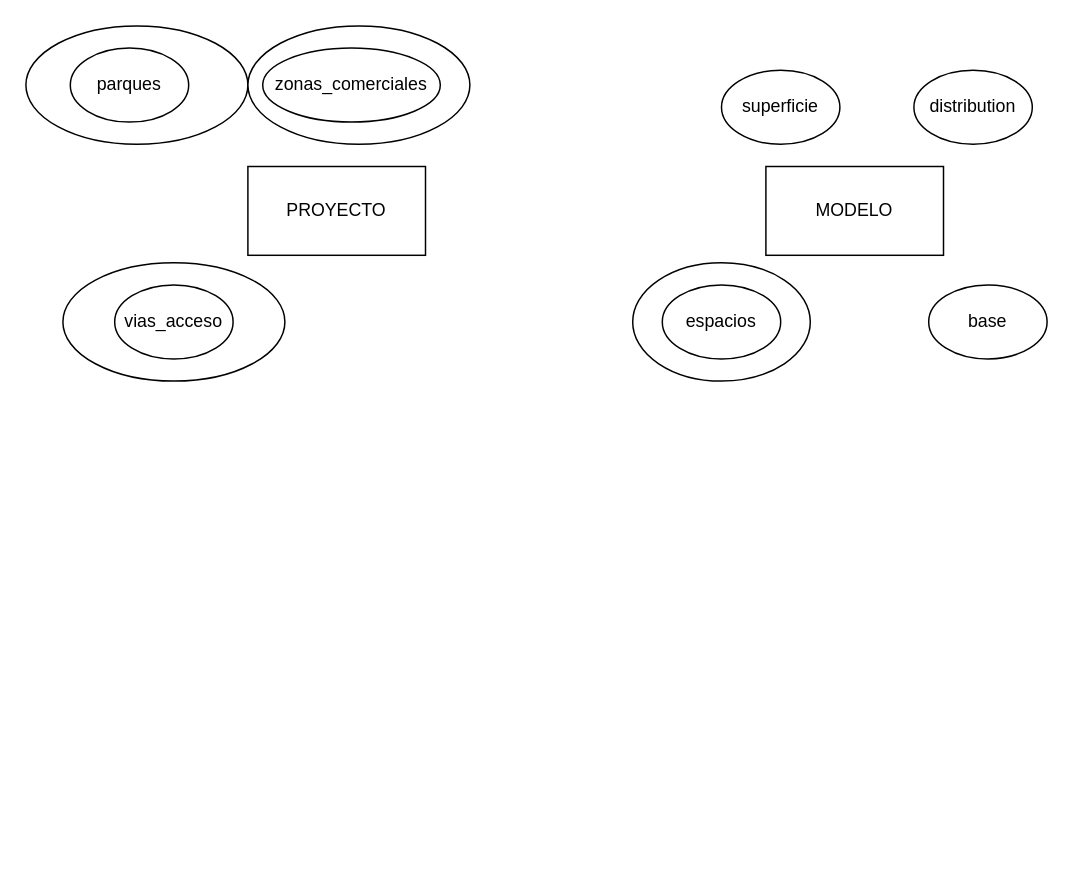
Earlier version of the draw.io diagram 127001.drawio (ManuelAleman/Diagrams). Source tidied: cells renumbered, new cells numbered last; positions are measured from the earlier drawing's top-left corner, leaving out a move shared by most shapes. Both pictures are drawn from the tidied source at 148%, with x=0, y=0 at pixel (25, 25).
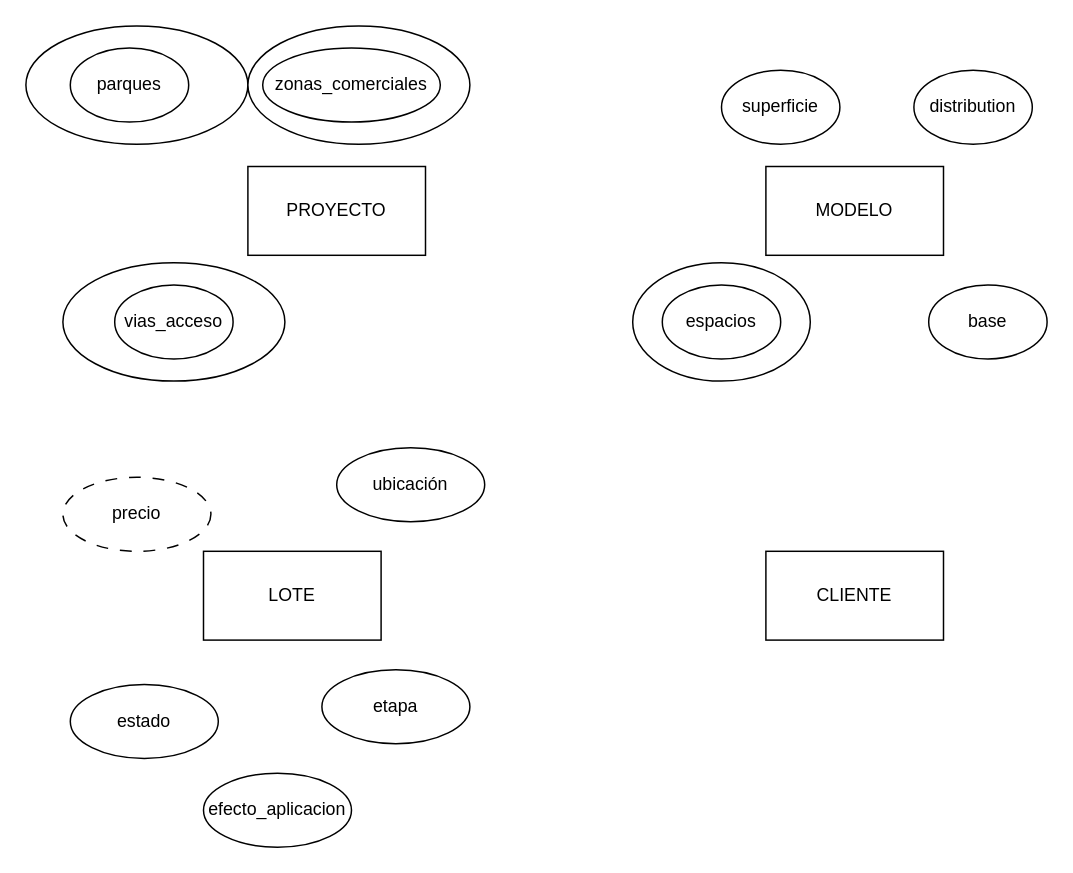
Above is the later version.

Change to the diagram source:
```diff
@@
+    <mxCell id="15" value="LOTE" style="rounded=0;whiteSpace=wrap;html=1;" parent="1" vertex="1">
+      <mxGeometry x="120" y="355" width="120" height="60" as="geometry" />
+    </mxCell>
+    <mxCell id="16" value="CLIENTE" style="rounded=0;whiteSpace=wrap;html=1;" parent="1" vertex="1">
+      <mxGeometry x="500" y="355" width="120" height="60" as="geometry" />
+    </mxCell>
+    <mxCell id="17" value="estado" style="ellipse;whiteSpace=wrap;html=1;" parent="1" vertex="1">
+      <mxGeometry x="30" y="445" width="100" height="50" as="geometry" />
+    </mxCell>
+    <mxCell id="18" value="etapa" style="ellipse;whiteSpace=wrap;html=1;" parent="1" vertex="1">
+      <mxGeometry x="200" y="435" width="100" height="50" as="geometry" />
+    </mxCell>
+    <mxCell id="19" value="ubicación" style="ellipse;whiteSpace=wrap;html=1;" parent="1" vertex="1">
+      <mxGeometry x="210" y="285" width="100" height="50" as="geometry" />
+    </mxCell>
+    <mxCell id="20" value="&lt;p style=&quot;line-height: 120%;&quot;&gt;precio&lt;/p&gt;" style="ellipse;whiteSpace=wrap;html=1;dashed=1;dashPattern=8 8;" parent="1" vertex="1">
+      <mxGeometry x="25" y="305" width="100" height="50" as="geometry" />
+    </mxCell>
+    <mxCell id="21" value="efecto_aplicacion" style="ellipse;whiteSpace=wrap;html=1;" parent="1" vertex="1">
+      <mxGeometry x="120" y="505" width="100" height="50" as="geometry" />
+    </mxCell>
```
